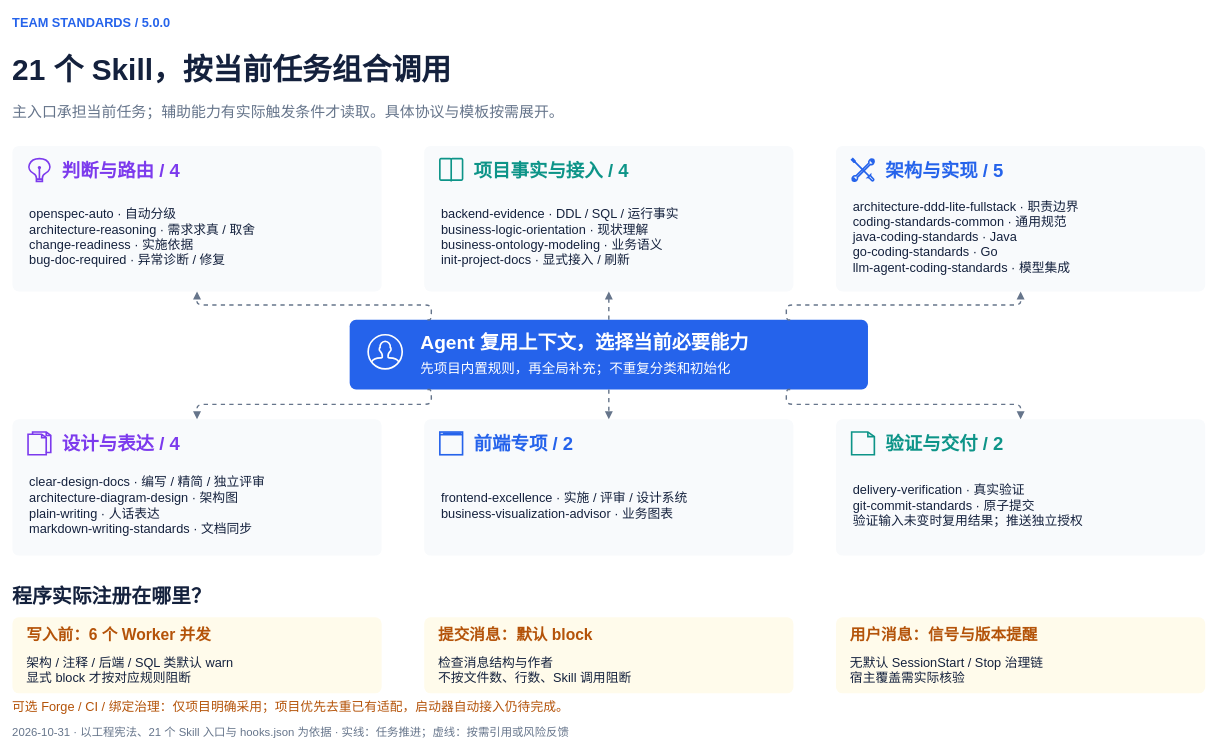
Before: page "02 按需能力与实际门禁" (2 of 2) of docs/diagrams/team-standards-execution.drawio in exception-coder/team-standards, a draw.io diagram. Source tidied: cells renumbered, new cells numbered last; positions are measured from the earlier drawing's top-left corner, leaving out a move shared by most shapes. Both pictures are drawn from the tidied source at 71%, with x=0, y=0 at pixel (12, 12).
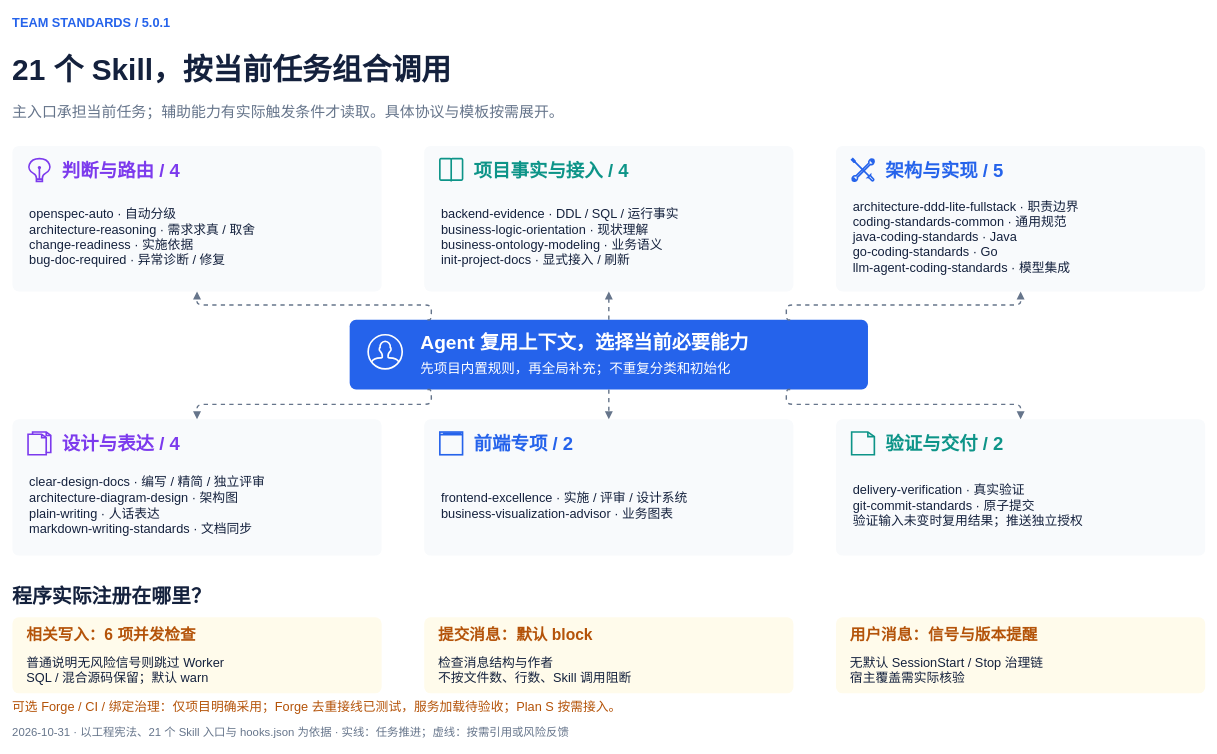
The same page after the edit.

The edit, as a diff of the source:
```diff
@@
-    <mxCell id="2" value="TEAM STANDARDS  /  5.0.0" style="fontFamily=Microsoft YaHei;html=0;fontColor=#14213D;text;strokeColor=none;fillColor=none;align=left;verticalAlign=middle;whiteSpace=wrap;spacing=0;fontSize=18;fontColor=#2563EB;fontStyle=1;" parent="1" vertex="1">
+    <mxCell id="2" value="TEAM STANDARDS  /  5.0.1" style="fontFamily=Microsoft YaHei;html=0;fontColor=#14213D;text;strokeColor=none;fillColor=none;align=left;verticalAlign=middle;whiteSpace=wrap;spacing=0;fontSize=18;fontColor=#2563EB;fontStyle=1;" parent="1" vertex="1">
       <mxGeometry width="1250" height="30" as="geometry" />
     </mxCell>
@@
-    <mxCell id="42" value="写入前：6 个 Worker 并发" style="fontFamily=Microsoft YaHei;html=0;fontColor=#14213D;text;strokeColor=none;fillColor=none;align=left;verticalAlign=middle;whiteSpace=wrap;spacing=0;fontSize=22;fontColor=#B45309;fontStyle=1;" parent="1" vertex="1">
+    <mxCell id="42" value="相关写入：6 项并发检查" style="fontFamily=Microsoft YaHei;html=0;fontColor=#14213D;text;strokeColor=none;fillColor=none;align=left;verticalAlign=middle;whiteSpace=wrap;spacing=0;fontSize=22;fontColor=#B45309;fontStyle=1;" parent="1" vertex="1">
       <mxGeometry x="20" y="860" width="480" height="34" as="geometry" />
     </mxCell>
-    <mxCell id="43" value="架构 / 注释 / 后端 / SQL 类默认 warn&#10;显式 block 才按对应规则阻断" style="fontFamily=Microsoft YaHei;html=0;fontColor=#14213D;text;strokeColor=none;fillColor=none;align=left;verticalAlign=middle;whiteSpace=wrap;spacing=0;fontSize=18;fontColor=#14213D;fontStyle=0;" parent="1" vertex="1">
+    <mxCell id="43" value="普通说明无风险信号则跳过 Worker&#10;SQL / 混合源码保留；默认 warn" style="fontFamily=Microsoft YaHei;html=0;fontColor=#14213D;text;strokeColor=none;fillColor=none;align=left;verticalAlign=middle;whiteSpace=wrap;spacing=0;fontSize=18;fontColor=#14213D;fontStyle=0;" parent="1" vertex="1">
       <mxGeometry x="20" y="902" width="480" height="49" as="geometry" />
     </mxCell>
@@
-    <mxCell id="50" value="可选 Forge / CI / 绑定治理：仅项目明确采用；项目优先去重已有适配，启动器自动接入仍待完成。" style="fontFamily=Microsoft YaHei;html=0;fontColor=#14213D;text;strokeColor=none;fillColor=none;align=left;verticalAlign=middle;whiteSpace=wrap;spacing=0;fontSize=18;fontColor=#B45309;fontStyle=0;" parent="1" vertex="1">
+    <mxCell id="50" value="可选 Forge / CI / 绑定治理：仅项目明确采用；Forge 去重接线已测试，服务加载待验收；Plan S 按需接入。" style="fontFamily=Microsoft YaHei;html=0;fontColor=#14213D;text;strokeColor=none;fillColor=none;align=left;verticalAlign=middle;whiteSpace=wrap;spacing=0;fontSize=18;fontColor=#B45309;fontStyle=0;" parent="1" vertex="1">
       <mxGeometry y="965" width="1680" height="28" as="geometry" />
     </mxCell>
```
